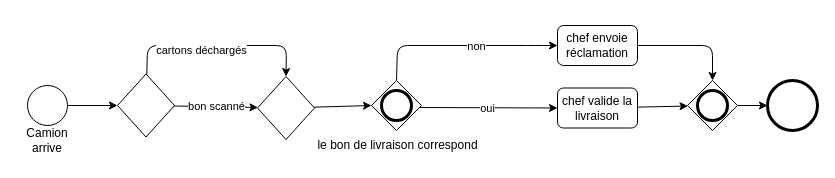
Before: R4_A_09_Management_avance_des_systemes_d_information/exo4a.drawio in Alexandre-Pascal/Semestre4, a draw.io diagram. Source tidied: cells renumbered, new cells numbered last; positions are measured from the earlier drawing's top-left corner, leaving out a move shared by most shapes. Both pictures are drawn from the tidied source at 100%, with x=0, y=0 at pixel (17, 25).
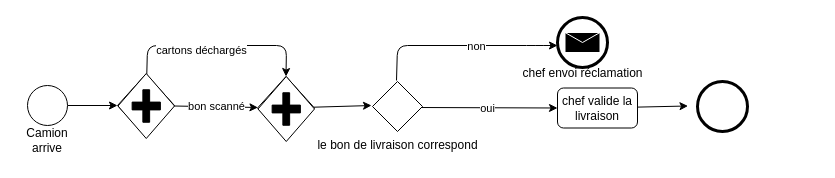
After the change.

Unchanged cells that the change refers to:
```xml
<mxCell id="10" style="rhombus;whiteSpace=wrap;html=1;" parent="1" vertex="1">
  <mxGeometry x="240" y="51" width="57" height="63" as="geometry" />
</mxCell>
<mxCell id="19" value="chef valide la livraison" style="rounded=1;whiteSpace=wrap;html=1;" parent="1" vertex="1">
  <mxGeometry x="540" y="62.5" width="80" height="40" as="geometry" />
</mxCell>
```

The edit, as a diff of the source:
```diff
@@
-    <mxCell id="9" style="edgeStyle=none;html=1;entryX=0;entryY=0.5;entryDx=0;entryDy=0;entryPerimeter=0;" parent="1" edge="1" source="10" target="15">
-      <mxGeometry relative="1" as="geometry" />
+    <mxCell id="9" style="edgeStyle=none;html=1;entryX=0;entryY=0.5;entryDx=0;entryDy=0;entryPerimeter=0;" parent="1" edge="1" source="10">
+      <mxGeometry relative="1" as="geometry">
+        <mxPoint x="354" y="80" as="targetPoint" />
+      </mxGeometry>
     </mxCell>
@@
-    <mxCell id="11" style="edgeStyle=none;html=1;exitX=0.5;exitY=0;exitDx=0;exitDy=0;exitPerimeter=0;entryX=0;entryY=0.5;entryDx=0;entryDy=0;" parent="1" edge="1" source="15" target="17">
+    <mxCell id="11" style="edgeStyle=none;html=1;exitX=0.5;exitY=0;exitDx=0;exitDy=0;exitPerimeter=0;entryX=0;entryY=0.5;entryDx=0;entryDy=0;" parent="1" edge="1">
       <mxGeometry relative="1" as="geometry">
+        <mxPoint x="379" y="55" as="sourcePoint" />
+        <mxPoint x="540" y="20" as="targetPoint" />
         <Array as="points">
           <mxPoint x="380" y="20" />
           <mxPoint x="519" y="20" />
         </Array>
       </mxGeometry>
     </mxCell>
@@
-    <mxCell id="15" style="points=[[0.25,0.25,0],[0.5,0,0],[0.75,0.25,0],[1,0.5,0],[0.75,0.75,0],[0.5,1,0],[0.25,0.75,0],[0,0.5,0]];shape=mxgraph.bpmn.gateway2;html=1;verticalLabelPosition=bottom;labelBackgroundColor=#ffffff;verticalAlign=top;align=center;perimeter=rhombusPerimeter;outlineConnect=0;outline=end;symbol=general;" parent="1" vertex="1">
-      <mxGeometry x="354" y="55" width="50" height="50" as="geometry" />
-    </mxCell>
-    <mxCell id="16" style="edgeStyle=none;html=1;entryX=0.5;entryY=0;entryDx=0;entryDy=0;entryPerimeter=0;" parent="1" edge="1" source="17" target="21">
-      <mxGeometry relative="1" as="geometry">
-        <Array as="points">
-          <mxPoint x="695" y="20" />
-        </Array>
-      </mxGeometry>
-    </mxCell>
-    <mxCell id="17" value="chef envoie réclamation" style="rounded=1;whiteSpace=wrap;html=1;" parent="1" vertex="1">
-      <mxGeometry x="540" width="80" height="40" as="geometry" />
-    </mxCell>
-    <mxCell id="18" style="edgeStyle=none;html=1;" parent="1" edge="1" source="19" target="21">
-      <mxGeometry relative="1" as="geometry" />
+    <mxCell id="18" style="edgeStyle=none;html=1;" parent="1" edge="1" source="19">
+      <mxGeometry relative="1" as="geometry">
+        <mxPoint x="670.5" y="80.5" as="targetPoint" />
+      </mxGeometry>
     </mxCell>
@@
-    <mxCell id="20" style="edgeStyle=none;html=1;" parent="1" edge="1" source="21" target="22">
-      <mxGeometry relative="1" as="geometry" />
-    </mxCell>
-    <mxCell id="21" style="points=[[0.25,0.25,0],[0.5,0,0],[0.75,0.25,0],[1,0.5,0],[0.75,0.75,0],[0.5,1,0],[0.25,0.75,0],[0,0.5,0]];shape=mxgraph.bpmn.gateway2;html=1;verticalLabelPosition=bottom;labelBackgroundColor=#ffffff;verticalAlign=top;align=center;perimeter=rhombusPerimeter;outlineConnect=0;outline=end;symbol=general;" parent="1" vertex="1">
-      <mxGeometry x="670" y="55" width="50" height="50" as="geometry" />
-    </mxCell>
     <mxCell id="22" style="points=[[0.145,0.145,0],[0.5,0,0],[0.855,0.145,0],[1,0.5,0],[0.855,0.855,0],[0.5,1,0],[0.145,0.855,0],[0,0.5,0]];shape=mxgraph.bpmn.event;html=1;verticalLabelPosition=bottom;labelBackgroundColor=#ffffff;verticalAlign=top;align=center;perimeter=ellipsePerimeter;outlineConnect=0;outline=end;symbol=terminate2;" parent="1" vertex="1">
-      <mxGeometry x="750" y="55" width="50" height="50" as="geometry" />
+      <mxGeometry x="680" y="56" width="50" height="50" as="geometry" />
     </mxCell>
@@
+    <mxCell id="24" style="shape=mxgraph.bpmn.gateway2;html=1;verticalLabelPosition=bottom;labelBackgroundColor=#ffffff;verticalAlign=top;align=center;perimeter=rhombusPerimeter;outline=none;symbol=none;gwType=parallel;" parent="1" vertex="1">
+      <mxGeometry x="100.5" y="48" width="56.5" height="65" as="geometry" />
+    </mxCell>
+    <mxCell id="25" style="shape=mxgraph.bpmn.gateway2;html=1;verticalLabelPosition=bottom;labelBackgroundColor=#ffffff;verticalAlign=top;align=center;perimeter=rhombusPerimeter;outline=none;symbol=none;gwType=parallel;" parent="1" vertex="1">
+      <mxGeometry x="240.5" y="51" width="56.5" height="65" as="geometry" />
+    </mxCell>
+    <mxCell id="26" style="shape=mxgraph.bpmn.event;html=1;verticalLabelPosition=bottom;labelBackgroundColor=#ffffff;verticalAlign=top;align=center;perimeter=ellipsePerimeter;outline=end;symbol=message;" parent="1" vertex="1">
+      <mxGeometry x="540" y="-8" width="50" height="50" as="geometry" />
+    </mxCell>
+    <mxCell id="27" value="chef envoi réclamation" style="text;html=1;align=center;verticalAlign=middle;strokeColor=none;fillColor=none;rotation=0;" parent="1" vertex="1">
+      <mxGeometry x="495" y="32.5" width="140" height="30" as="geometry" />
+    </mxCell>
+    <mxCell id="28" style="shape=mxgraph.bpmn.gateway2;html=1;verticalLabelPosition=bottom;labelBackgroundColor=#ffffff;verticalAlign=top;align=center;perimeter=rhombusPerimeter;outline=none;symbol=none;" parent="1" vertex="1">
+      <mxGeometry x="355" y="56" width="50" height="50" as="geometry" />
+    </mxCell>
```
